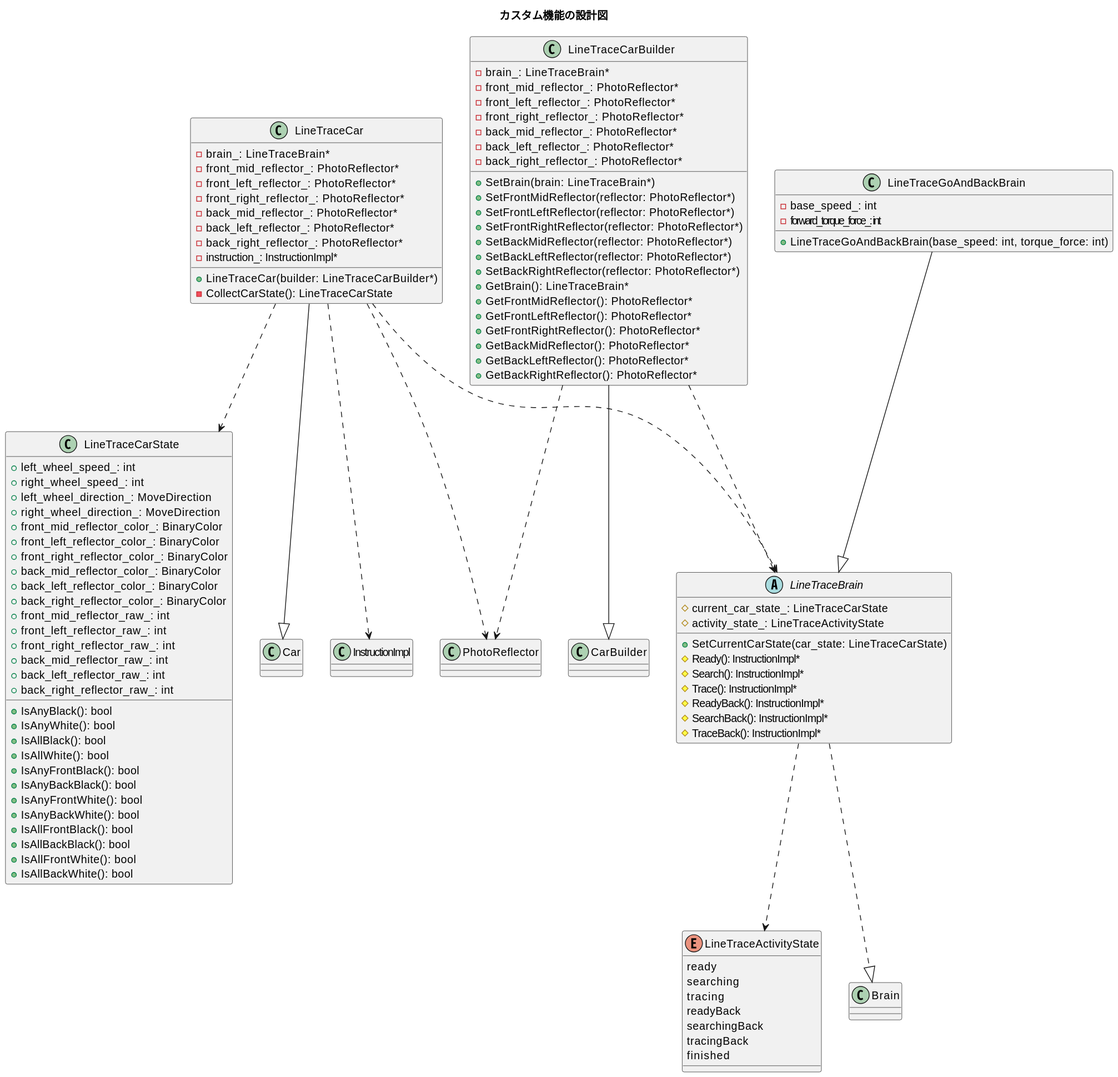
Earlier version of the PlantUML export uml/img/custom.svg (kitakkun/ArduinoCar).
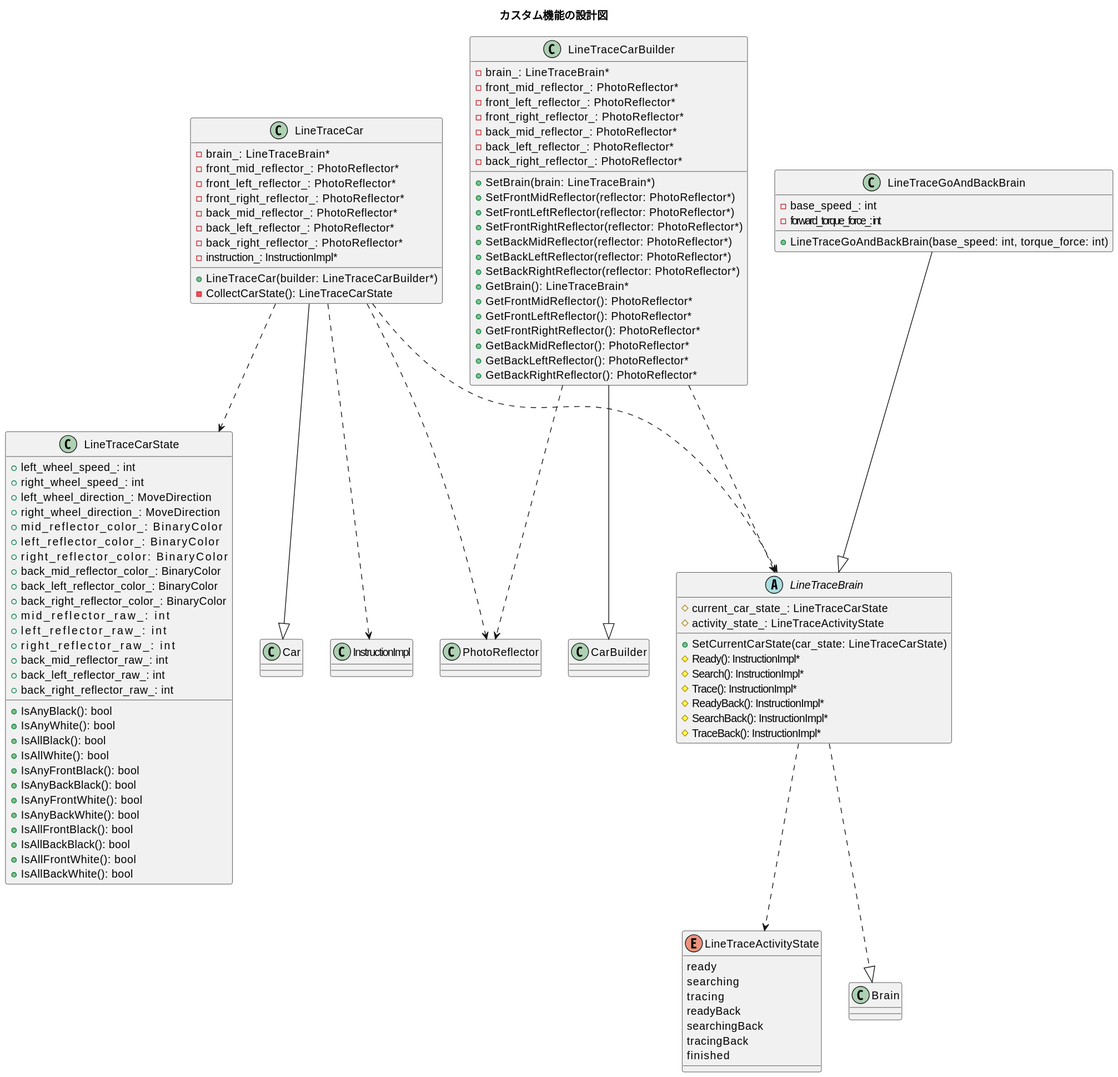
After the commit.

Diff of the diagram source:
```diff
@@ -44,15 +44,15 @@
 + right_wheel_speed_: int
 + left_wheel_direction_: MoveDirection
 + right_wheel_direction_: MoveDirection
-+ front_mid_reflector_color_: BinaryColor
-+ front_left_reflector_color_: BinaryColor
-+ front_right_reflector_color_: BinaryColor
++ mid_reflector_color_: BinaryColor
++ left_reflector_color_: BinaryColor
++ right_reflector_color: BinaryColor
 + back_mid_reflector_color_: BinaryColor
 + back_left_reflector_color_: BinaryColor
 + back_right_reflector_color_: BinaryColor
-+ front_mid_reflector_raw_: int
-+ front_left_reflector_raw_: int
-+ front_right_reflector_raw_: int
++ mid_reflector_raw_: int
++ left_reflector_raw_: int
++ right_reflector_raw_: int
 + back_mid_reflector_raw_: int
 + back_left_reflector_raw_: int
 + back_right_reflector_raw_: int
```
